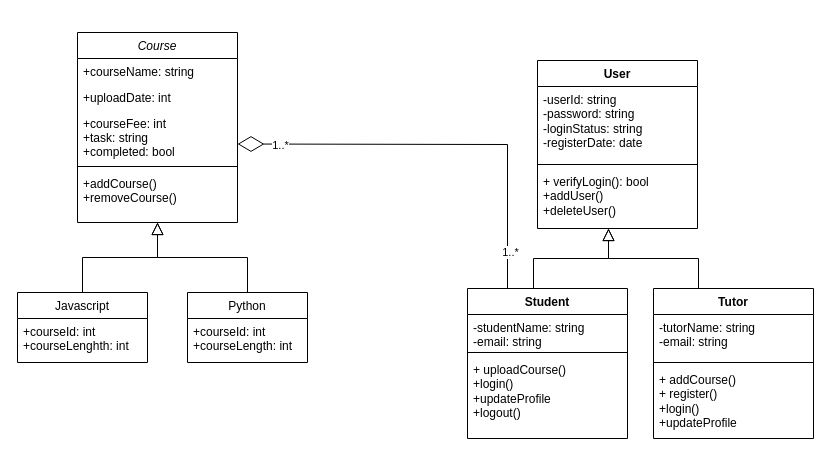
Above: Untitled Diagram.drawio in DeraJSP/practice (draw.io), before the change. Source tidied: cells renumbered, new cells numbered last; positions are measured from the earlier drawing's top-left corner, leaving out a move shared by most shapes. Both pictures are drawn from the tidied source at 100%, with x=0, y=0 at pixel (17, 32).
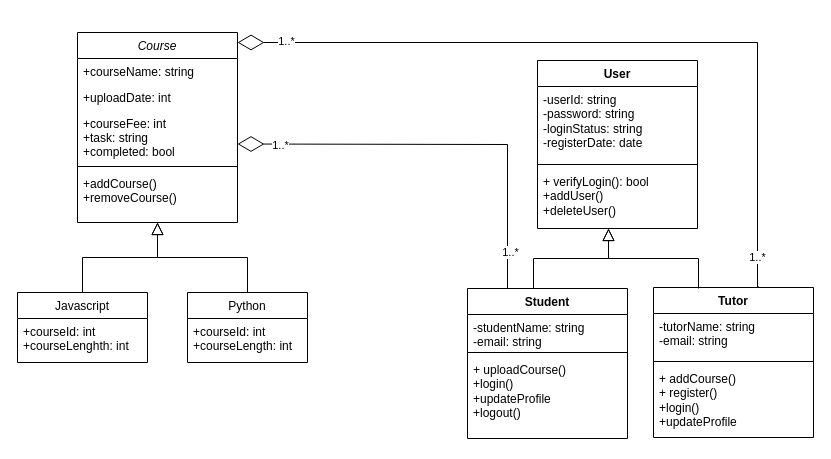
Above is the later version.

Diff of the diagram source:
```diff
@@
     <mxCell id="18" value="Tutor" style="swimlane;fontStyle=1;align=center;verticalAlign=top;horizontal=1;startSize=26;whiteSpace=wrap;html=1;" parent="1" vertex="1">
-      <mxGeometry x="636" y="256" width="160" height="150" as="geometry" />
+      <mxGeometry x="636" y="255" width="160" height="150" as="geometry" />
     </mxCell>
@@
+    <mxCell id="31" style="endArrow=diamondThin;endFill=0;endSize=24;html=1;rounded=0;" parent="1" edge="1">
+      <mxGeometry relative="1" as="geometry">
+        <mxPoint x="380" y="10" as="sourcePoint" />
+        <mxPoint x="220" y="10" as="targetPoint" />
+        <Array as="points">
+          <mxPoint x="740" y="10" />
+        </Array>
+      </mxGeometry>
+    </mxCell>
+    <mxCell id="32" value="1..*" style="edgeLabel;html=1;align=center;verticalAlign=middle;" parent="31" vertex="1">
+      <mxGeometry x="0.89" y="-2" relative="1" as="geometry" />
+    </mxCell>
+    <mxCell id="33" style="endArrow=none;html=1;rounded=0;exitX=0.656;exitY=-0.007;exitDx=0;exitDy=0;exitPerimeter=0;" parent="1" edge="1" source="18">
+      <mxGeometry relative="1" as="geometry">
+        <mxPoint x="740" y="10" as="targetPoint" />
+        <Array as="points">
+          <mxPoint x="740" y="255" />
+        </Array>
+      </mxGeometry>
+    </mxCell>
+    <mxCell id="34" value="1..*" style="edgeLabel;html=1;align=center;verticalAlign=middle;" parent="33" vertex="1">
+      <mxGeometry x="-0.74" y="1" relative="1" as="geometry" />
+    </mxCell>
```
